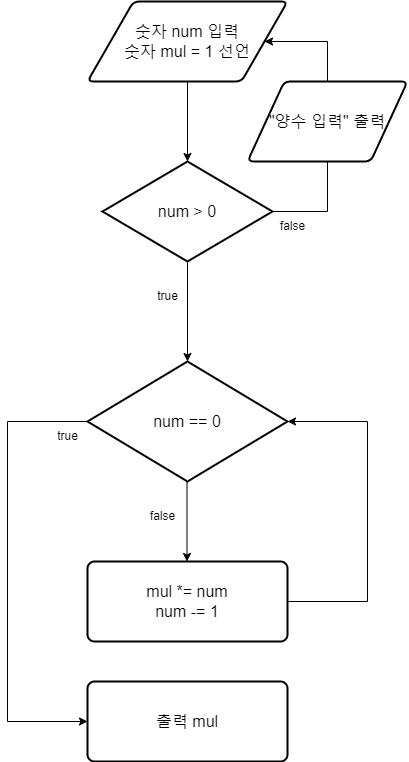
ljsuuuuuuuu/Algorithm keeps this draw.io diagram as Loop05.png. Above is the earlier version. Source tidied: cells renumbered, new cells last; positions are measured from the earlier drawing's top-left corner, leaving out a move shared by most shapes. Its diagram source:
```xml
<mxGraphModel>
  <root>
    <mxCell id="0" />
    <mxCell id="1" parent="0" />
    <mxCell id="2" value="숫자 num 입력&lt;div&gt;&lt;span style=&quot;background-color: initial;&quot;&gt;숫자 mul = 1 선언&lt;/span&gt;&lt;br&gt;&lt;/div&gt;" style="shape=parallelogram;html=1;strokeWidth=2;perimeter=parallelogramPerimeter;whiteSpace=wrap;rounded=1;arcSize=12;size=0.23;fontSize=16;" parent="1" vertex="1">
      <mxGeometry x="80" width="200" height="80" as="geometry" />
    </mxCell>
    <mxCell id="3" value="num == 0" style="strokeWidth=2;html=1;shape=mxgraph.flowchart.decision;whiteSpace=wrap;fontSize=16;" parent="1" vertex="1">
      <mxGeometry x="80" y="360" width="200" height="120" as="geometry" />
    </mxCell>
    <mxCell id="4" style="endArrow=classic;html=1;rounded=0;exitX=0.5;exitY=1;exitDx=0;exitDy=0;" parent="1" edge="1">
      <mxGeometry relative="1" as="geometry">
        <mxPoint x="179.5" y="480" as="sourcePoint" />
        <mxPoint x="179.5" y="560" as="targetPoint" />
      </mxGeometry>
    </mxCell>
    <mxCell id="5" value="true" style="text;html=1;align=center;verticalAlign=middle;strokeColor=none;fillColor=none;" parent="1" vertex="1">
      <mxGeometry x="40" y="420" width="40" height="30" as="geometry" />
    </mxCell>
    <mxCell id="6" style="endArrow=classic;html=1;rounded=0;exitX=0.5;exitY=1;exitDx=0;exitDy=0;" parent="1" edge="1" source="2">
      <mxGeometry relative="1" as="geometry">
        <mxPoint x="180" y="160" as="targetPoint" />
      </mxGeometry>
    </mxCell>
    <mxCell id="7" value="mul *= num&lt;div&gt;num -= 1&lt;/div&gt;" style="rounded=1;whiteSpace=wrap;html=1;absoluteArcSize=1;arcSize=14;strokeWidth=2;fontSize=16;" parent="1" vertex="1">
      <mxGeometry x="80" y="560" width="200" height="80" as="geometry" />
    </mxCell>
    <mxCell id="8" style="endArrow=classic;html=1;rounded=0;exitX=1;exitY=0.5;exitDx=0;exitDy=0;entryX=1;entryY=0.5;entryDx=0;entryDy=0;entryPerimeter=0;" parent="1" edge="1" source="7" target="3">
      <mxGeometry relative="1" as="geometry">
        <Array as="points">
          <mxPoint x="360" y="600" />
          <mxPoint x="360" y="420" />
        </Array>
      </mxGeometry>
    </mxCell>
    <mxCell id="9" style="endArrow=classic;html=1;rounded=0;exitX=0;exitY=0.5;exitDx=0;exitDy=0;exitPerimeter=0;" parent="1" edge="1" source="3">
      <mxGeometry relative="1" as="geometry">
        <mxPoint x="80" y="720" as="targetPoint" />
        <Array as="points">
          <mxPoint y="420" />
          <mxPoint y="720" />
        </Array>
      </mxGeometry>
    </mxCell>
    <mxCell id="10" value="출력 mul" style="rounded=1;whiteSpace=wrap;html=1;absoluteArcSize=1;arcSize=14;strokeWidth=2;fontSize=16;" parent="1" vertex="1">
      <mxGeometry x="80" y="680" width="200" height="80" as="geometry" />
    </mxCell>
    <mxCell id="11" value="false" style="text;html=1;align=center;verticalAlign=middle;strokeColor=none;fillColor=none;" parent="1" vertex="1">
      <mxGeometry x="130" y="500" width="50" height="30" as="geometry" />
    </mxCell>
    <mxCell id="12" value="num &amp;gt; 0" style="strokeWidth=2;html=1;shape=mxgraph.flowchart.decision;whiteSpace=wrap;fontSize=16;" parent="1" vertex="1">
      <mxGeometry x="95" y="160" width="170" height="100" as="geometry" />
    </mxCell>
    <mxCell id="13" style="endArrow=classic;html=1;rounded=0;entryX=1;entryY=0.5;entryDx=0;entryDy=0;" parent="1" edge="1" target="2">
      <mxGeometry relative="1" as="geometry">
        <mxPoint x="265" y="210" as="sourcePoint" />
        <Array as="points">
          <mxPoint x="320" y="210" />
          <mxPoint x="320" y="40" />
        </Array>
      </mxGeometry>
    </mxCell>
    <mxCell id="14" style="endArrow=classic;html=1;rounded=0;exitX=0.5;exitY=1;exitDx=0;exitDy=0;exitPerimeter=0;entryX=0.5;entryY=0;entryDx=0;entryDy=0;entryPerimeter=0;" parent="1" edge="1" source="12" target="3">
      <mxGeometry relative="1" as="geometry" />
    </mxCell>
    <mxCell id="15" value="true" style="text;html=1;align=center;verticalAlign=middle;strokeColor=none;fillColor=none;" parent="1" vertex="1">
      <mxGeometry x="140" y="280" width="40" height="30" as="geometry" />
    </mxCell>
    <mxCell id="16" value="false" style="text;html=1;align=center;verticalAlign=middle;strokeColor=none;fillColor=none;" parent="1" vertex="1">
      <mxGeometry x="260" y="210" width="50" height="30" as="geometry" />
    </mxCell>
    <mxCell id="17" value="&quot;양수 입력&quot; 출력" style="shape=parallelogram;html=1;strokeWidth=2;perimeter=parallelogramPerimeter;whiteSpace=wrap;rounded=1;arcSize=12;size=0.23;fontSize=16;" parent="1" vertex="1">
      <mxGeometry x="240" y="80" width="160" height="80" as="geometry" />
    </mxCell>
  </root>
</mxGraphModel>
```
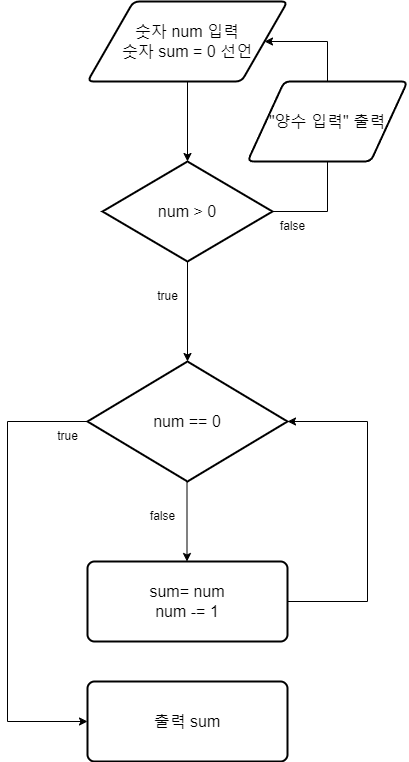
After the commit.

What changed in the source:
```diff
@@ -2,7 +2,7 @@
   <root>
     <mxCell id="0" />
     <mxCell id="1" parent="0" />
-    <mxCell id="2" value="숫자 num 입력&lt;div&gt;&lt;span style=&quot;background-color: initial;&quot;&gt;숫자 mul = 1 선언&lt;/span&gt;&lt;br&gt;&lt;/div&gt;" style="shape=parallelogram;html=1;strokeWidth=2;perimeter=parallelogramPerimeter;whiteSpace=wrap;rounded=1;arcSize=12;size=0.23;fontSize=16;" parent="1" vertex="1">
+    <mxCell id="2" value="숫자 num 입력&lt;div&gt;&lt;span style=&quot;background-color: initial;&quot;&gt;숫자 sum = 0 선언&lt;/span&gt;&lt;br&gt;&lt;/div&gt;" style="shape=parallelogram;html=1;strokeWidth=2;perimeter=parallelogramPerimeter;whiteSpace=wrap;rounded=1;arcSize=12;size=0.23;fontSize=16;" parent="1" vertex="1">
       <mxGeometry x="80" width="200" height="80" as="geometry" />
     </mxCell>
     <mxCell id="3" value="num == 0" style="strokeWidth=2;html=1;shape=mxgraph.flowchart.decision;whiteSpace=wrap;fontSize=16;" parent="1" vertex="1">
@@ -22,7 +22,7 @@
         <mxPoint x="180" y="160" as="targetPoint" />
       </mxGeometry>
     </mxCell>
-    <mxCell id="7" value="mul *= num&lt;div&gt;num -= 1&lt;/div&gt;" style="rounded=1;whiteSpace=wrap;html=1;absoluteArcSize=1;arcSize=14;strokeWidth=2;fontSize=16;" parent="1" vertex="1">
+    <mxCell id="7" value="&lt;span style=&quot;background-color: initial;&quot;&gt;sum= num&lt;/span&gt;&lt;div&gt;&lt;div&gt;num -= 1&lt;/div&gt;&lt;/div&gt;" style="rounded=1;whiteSpace=wrap;html=1;absoluteArcSize=1;arcSize=14;strokeWidth=2;fontSize=16;" parent="1" vertex="1">
       <mxGeometry x="80" y="560" width="200" height="80" as="geometry" />
     </mxCell>
     <mxCell id="8" style="endArrow=classic;html=1;rounded=0;exitX=1;exitY=0.5;exitDx=0;exitDy=0;entryX=1;entryY=0.5;entryDx=0;entryDy=0;entryPerimeter=0;" parent="1" edge="1" source="7" target="3">
@@ -42,7 +42,7 @@
         </Array>
       </mxGeometry>
     </mxCell>
-    <mxCell id="10" value="출력 mul" style="rounded=1;whiteSpace=wrap;html=1;absoluteArcSize=1;arcSize=14;strokeWidth=2;fontSize=16;" parent="1" vertex="1">
+    <mxCell id="10" value="출력 sum" style="rounded=1;whiteSpace=wrap;html=1;absoluteArcSize=1;arcSize=14;strokeWidth=2;fontSize=16;" parent="1" vertex="1">
       <mxGeometry x="80" y="680" width="200" height="80" as="geometry" />
     </mxCell>
     <mxCell id="11" value="false" style="text;html=1;align=center;verticalAlign=middle;strokeColor=none;fillColor=none;" parent="1" vertex="1">
```
